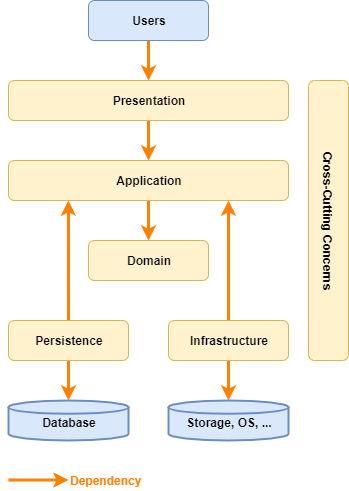
This is docs/imgs/Modern-Four-layer-Architecture.png from phongnguyend/Practical.CleanArchitecture, a draw.io export, as it was before one commit. Source tidied: cells renumbered, new cells last; positions are measured from the earlier drawing's top-left corner, leaving out a move shared by most shapes. Its diagram source:
```xml
<mxGraphModel>
  <root>
    <mxCell id="0" />
    <mxCell id="1" parent="0" />
    <mxCell id="2" style="edgeStyle=orthogonalEdgeStyle;rounded=0;jettySize=auto;html=1;strokeWidth=3;strokeColor=#FF8000;" parent="1" edge="1" source="3" target="5">
      <mxGeometry relative="1" as="geometry" />
    </mxCell>
    <mxCell id="3" value="Users" style="rounded=1;whiteSpace=wrap;html=1;fontStyle=1;fillColor=#dae8fc;strokeColor=#6c8ebf;" parent="1" vertex="1">
      <mxGeometry x="80" width="120" height="40" as="geometry" />
    </mxCell>
    <mxCell id="4" style="rounded=0;jettySize=auto;html=1;strokeWidth=3;strokeColor=#FF8000;" parent="1" edge="1" source="5" target="7">
      <mxGeometry relative="1" as="geometry" />
    </mxCell>
    <mxCell id="5" value="Presentation" style="rounded=1;whiteSpace=wrap;html=1;fontStyle=1;fillColor=#fff2cc;strokeColor=#d6b656;" parent="1" vertex="1">
      <mxGeometry y="80" width="280" height="40" as="geometry" />
    </mxCell>
    <mxCell id="6" style="edgeStyle=orthogonalEdgeStyle;rounded=0;jettySize=auto;html=1;strokeWidth=3;strokeColor=#FF8000;" parent="1" edge="1" source="7" target="8">
      <mxGeometry relative="1" as="geometry" />
    </mxCell>
    <mxCell id="7" value="Application" style="rounded=1;whiteSpace=wrap;html=1;fontStyle=1;fillColor=#fff2cc;strokeColor=#d6b656;" parent="1" vertex="1">
      <mxGeometry y="160" width="280" height="40" as="geometry" />
    </mxCell>
    <mxCell id="8" value="Domain" style="rounded=1;whiteSpace=wrap;html=1;fontStyle=1;fillColor=#fff2cc;strokeColor=#d6b656;" parent="1" vertex="1">
      <mxGeometry x="80" y="240" width="120" height="40" as="geometry" />
    </mxCell>
    <mxCell id="9" value="Database" style="strokeWidth=2;html=1;shape=mxgraph.flowchart.database;whiteSpace=wrap;fontStyle=1;spacingTop=3;fillColor=#dae8fc;strokeColor=#6c8ebf;" parent="1" vertex="1">
      <mxGeometry y="400" width="120" height="40" as="geometry" />
    </mxCell>
    <mxCell id="10" value="Dependency" style="text;html=1;strokeColor=none;fillColor=none;align=left;verticalAlign=middle;whiteSpace=wrap;rounded=0;fontColor=#FF8000;fontStyle=1;" parent="1" vertex="1">
      <mxGeometry x="60" y="470" width="40" height="20" as="geometry" />
    </mxCell>
    <mxCell id="11" style="edgeStyle=orthogonalEdgeStyle;rounded=0;orthogonalLoop=1;jettySize=auto;html=1;strokeWidth=3;strokeColor=#FF8000;" parent="1" edge="1">
      <mxGeometry relative="1" as="geometry">
        <mxPoint y="479.5" as="sourcePoint" />
        <mxPoint x="60" y="479.5" as="targetPoint" />
      </mxGeometry>
    </mxCell>
    <mxCell id="12" style="edgeStyle=none;rounded=0;jettySize=auto;html=1;strokeColor=#FF8000;strokeWidth=3;fontColor=#FF8000;" parent="1" edge="1" source="14" target="9">
      <mxGeometry relative="1" as="geometry" />
    </mxCell>
    <mxCell id="13" style="edgeStyle=none;rounded=0;jettySize=auto;html=1;entryX=0.214;entryY=1;entryDx=0;entryDy=0;entryPerimeter=0;strokeColor=#FF8000;strokeWidth=3;fontColor=#FF8000;" parent="1" edge="1" source="14" target="7">
      <mxGeometry relative="1" as="geometry" />
    </mxCell>
    <mxCell id="14" value="Persistence" style="rounded=1;whiteSpace=wrap;html=1;fontStyle=1;fillColor=#fff2cc;strokeColor=#d6b656;" parent="1" vertex="1">
      <mxGeometry y="320" width="120" height="40" as="geometry" />
    </mxCell>
    <mxCell id="15" style="edgeStyle=none;rounded=0;jettySize=auto;html=1;strokeColor=#FF8000;strokeWidth=3;fontColor=#FF8000;" parent="1" edge="1" source="17" target="18">
      <mxGeometry relative="1" as="geometry" />
    </mxCell>
    <mxCell id="16" style="edgeStyle=none;rounded=0;jettySize=auto;html=1;strokeColor=#FF8000;strokeWidth=3;fontColor=#FF8000;" parent="1" edge="1" source="17">
      <mxGeometry relative="1" as="geometry">
        <mxPoint x="220" y="200" as="targetPoint" />
      </mxGeometry>
    </mxCell>
    <mxCell id="17" value="Infrastructure" style="rounded=1;whiteSpace=wrap;html=1;fontStyle=1;fillColor=#fff2cc;strokeColor=#d6b656;" parent="1" vertex="1">
      <mxGeometry x="160" y="320" width="120" height="40" as="geometry" />
    </mxCell>
    <mxCell id="18" value="Storage, OS, ..." style="strokeWidth=2;html=1;shape=mxgraph.flowchart.database;whiteSpace=wrap;fontStyle=1;spacingTop=3;fillColor=#dae8fc;strokeColor=#6c8ebf;" parent="1" vertex="1">
      <mxGeometry x="160" y="400" width="120" height="40" as="geometry" />
    </mxCell>
    <mxCell id="19" value="Cross-Cutting Concerns" style="rounded=1;whiteSpace=wrap;html=1;fontStyle=1;fillColor=#fff2cc;strokeColor=#d6b656;rotation=90;" parent="1" vertex="1">
      <mxGeometry x="180" y="200" width="280" height="40" as="geometry" />
    </mxCell>
  </root>
</mxGraphModel>
```
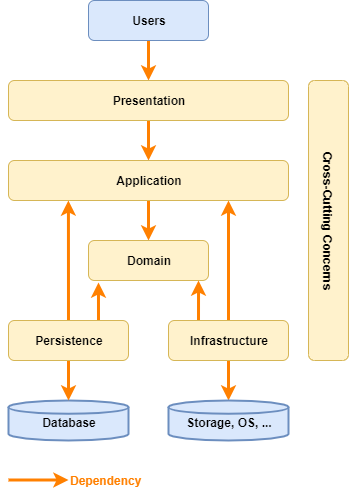
Above is the later version.

Change to the diagram source:
```diff
@@ -41,6 +41,9 @@
     <mxCell id="13" style="edgeStyle=none;rounded=0;jettySize=auto;html=1;entryX=0.214;entryY=1;entryDx=0;entryDy=0;entryPerimeter=0;strokeColor=#FF8000;strokeWidth=3;fontColor=#FF8000;" parent="1" edge="1" source="14" target="7">
       <mxGeometry relative="1" as="geometry" />
     </mxCell>
+    <mxCell id="20" style="rounded=0;jettySize=auto;html=1;exitX=0.75;exitY=0;exitDx=0;exitDy=0;entryX=0.083;entryY=1.05;entryDx=0;entryDy=0;entryPerimeter=0;strokeWidth=3;strokeColor=#FF8000;" parent="1" edge="1" source="14" target="8">
+      <mxGeometry relative="1" as="geometry" />
+    </mxCell>
     <mxCell id="14" value="Persistence" style="rounded=1;whiteSpace=wrap;html=1;fontStyle=1;fillColor=#fff2cc;strokeColor=#d6b656;" parent="1" vertex="1">
       <mxGeometry y="320" width="120" height="40" as="geometry" />
     </mxCell>
@@ -52,6 +55,9 @@
         <mxPoint x="220" y="200" as="targetPoint" />
       </mxGeometry>
     </mxCell>
+    <mxCell id="21" style="rounded=0;jettySize=auto;html=1;exitX=0.25;exitY=0;exitDx=0;exitDy=0;entryX=0.917;entryY=1;entryDx=0;entryDy=0;entryPerimeter=0;strokeColor=#FF8000;strokeWidth=3;" parent="1" edge="1" source="17" target="8">
+      <mxGeometry relative="1" as="geometry" />
+    </mxCell>
     <mxCell id="17" value="Infrastructure" style="rounded=1;whiteSpace=wrap;html=1;fontStyle=1;fillColor=#fff2cc;strokeColor=#d6b656;" parent="1" vertex="1">
       <mxGeometry x="160" y="320" width="120" height="40" as="geometry" />
     </mxCell>
```
